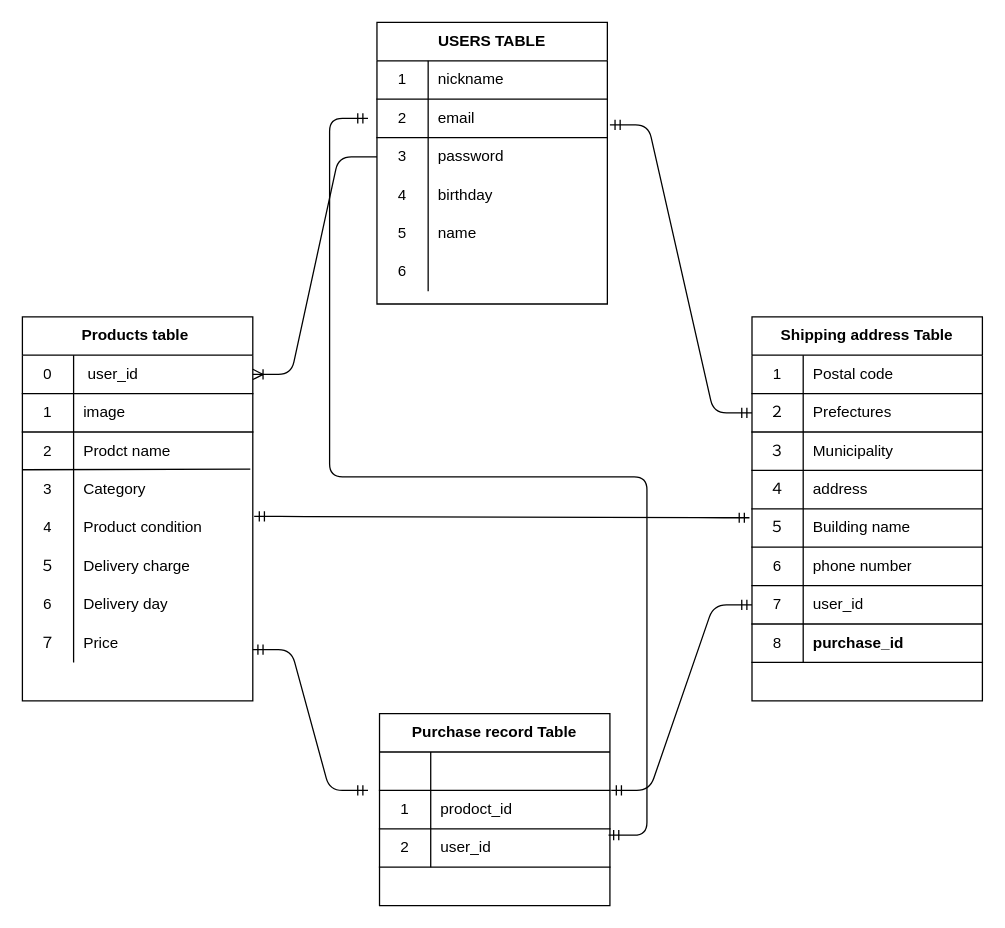
This is Database design.dio from ryota-kanaumi/furima-34705, a draw.io file, before an edit. Source tidied: cells renumbered, new cells numbered last; positions are measured from the earlier drawing's top-left corner, leaving out a move shared by most shapes. Both pictures are drawn from the tidied source at 128%, with x=0, y=0 at pixel (22, 22).
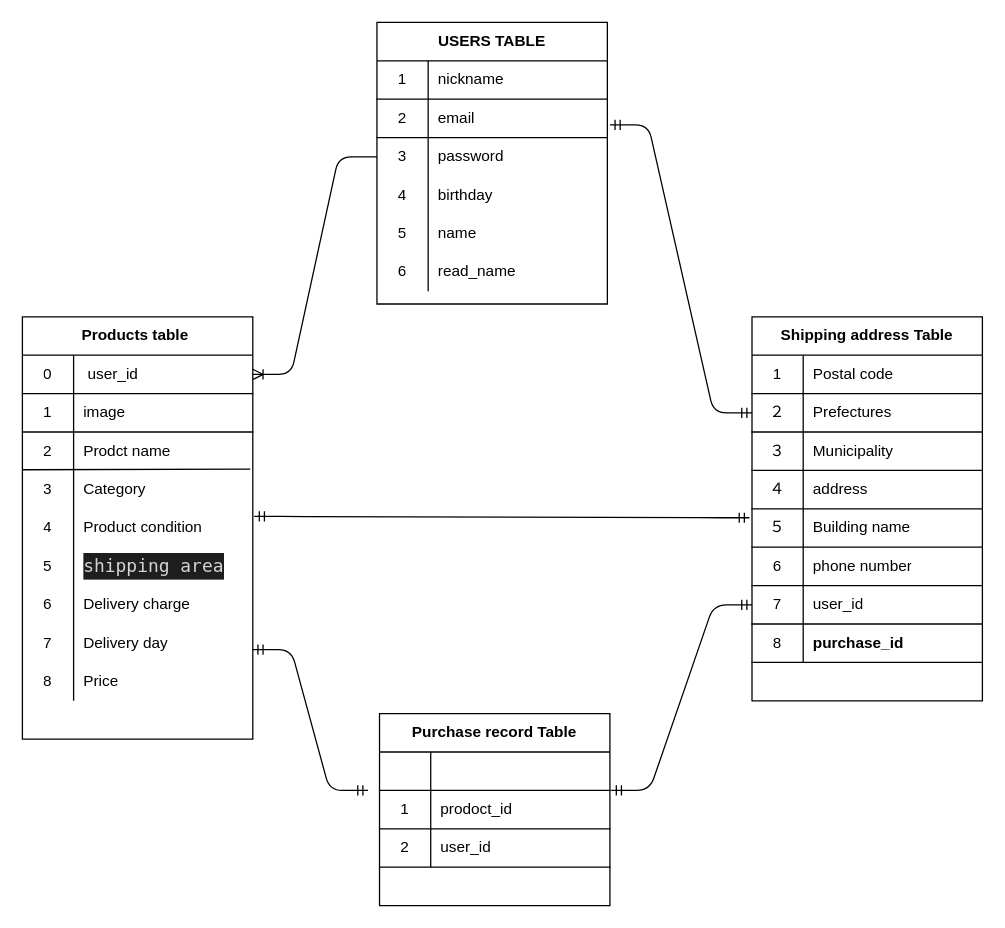
The same diagram, later.

Commit message (it also covers changes not shown here):
データベース設計の修正_1

Unchanged cells that the change refers to:
```xml
<mxCell id="18" style="shape=partialRectangle;html=1;whiteSpace=wrap;fillColor=none;top=0;left=0;bottom=0;right=0;" parent="2" vertex="1">
  <mxGeometry y="180" width="180" height="30" as="geometry" />
</mxCell>
<mxCell id="53" style="shape=partialRectangle;html=1;whiteSpace=wrap;fillColor=none;top=0;left=0;bottom=1;right=0;points=[[0,0.5],[1,0.5]];portConstraint=eastwest;" parent="46" vertex="1">
  <mxGeometry y="90" width="180" height="30" as="geometry" />
</mxCell>
```

The edit, as a diff of the source:
```diff
@@
-    <mxCell id="20" style="shape=partialRectangle;html=1;whiteSpace=wrap;fillColor=none;top=0;left=0;bottom=0;right=0;align=left;spacingLeft=6;overflow=hidden;" parent="18" vertex="1">
+    <mxCell id="20" value="read_name" style="shape=partialRectangle;html=1;whiteSpace=wrap;fillColor=none;top=0;left=0;bottom=0;right=0;align=left;spacingLeft=6;overflow=hidden;" parent="18" vertex="1">
       <mxGeometry x="40" width="140" height="30" as="geometry" />
     </mxCell>
     <mxCell id="21" value="Products table&amp;nbsp;" style="shape=table;html=1;whiteSpace=wrap;startSize=30;childLayout=tableLayout;rowLines=0;fontStyle=1;align=center;" parent="1" vertex="1">
-      <mxGeometry y="230" width="180" height="300" as="geometry" />
+      <mxGeometry y="230" width="180" height="330" as="geometry" />
     </mxCell>
@@
+    <mxCell id="88" style="shape=partialRectangle;html=1;whiteSpace=wrap;fillColor=none;top=0;left=0;bottom=0;right=0;" parent="21" vertex="1">
+      <mxGeometry y="180" width="180" height="30" as="geometry" />
+    </mxCell>
+    <mxCell id="89" value="5" style="shape=partialRectangle;html=1;whiteSpace=wrap;fillColor=none;top=0;left=0;bottom=0;right=0;overflow=hidden;" parent="88" vertex="1">
+      <mxGeometry width="40" height="30" as="geometry" />
+    </mxCell>
+    <mxCell id="90" value="&lt;div style=&quot;color: rgb(212 , 212 , 212) ; background-color: rgb(30 , 30 , 30) ; font-family: &amp;#34;menlo&amp;#34; , &amp;#34;monaco&amp;#34; , &amp;#34;courier new&amp;#34; , monospace ; font-size: 14px ; line-height: 21px&quot;&gt;shipping area&lt;/div&gt;" style="shape=partialRectangle;html=1;whiteSpace=wrap;fillColor=none;top=0;left=0;bottom=0;right=0;align=left;spacingLeft=6;overflow=hidden;" parent="88" vertex="1">
+      <mxGeometry x="40" width="140" height="30" as="geometry" />
+    </mxCell>
     <mxCell id="37" style="shape=partialRectangle;html=1;whiteSpace=wrap;fillColor=none;top=0;left=0;bottom=0;right=0;" parent="21" vertex="1">
-      <mxGeometry y="180" width="180" height="30" as="geometry" />
+      <mxGeometry y="210" width="180" height="30" as="geometry" />
     </mxCell>
-    <mxCell id="38" value="５" style="shape=partialRectangle;html=1;whiteSpace=wrap;fillColor=none;top=0;left=0;bottom=0;right=0;overflow=hidden;" parent="37" vertex="1">
+    <mxCell id="38" value="6" style="shape=partialRectangle;html=1;whiteSpace=wrap;fillColor=none;top=0;left=0;bottom=0;right=0;overflow=hidden;" parent="37" vertex="1">
       <mxGeometry width="40" height="30" as="geometry" />
     </mxCell>
@@
     <mxCell id="40" style="shape=partialRectangle;html=1;whiteSpace=wrap;fillColor=none;top=0;left=0;bottom=0;right=0;" parent="21" vertex="1">
-      <mxGeometry y="210" width="180" height="30" as="geometry" />
+      <mxGeometry y="240" width="180" height="30" as="geometry" />
     </mxCell>
-    <mxCell id="41" value="6" style="shape=partialRectangle;html=1;whiteSpace=wrap;fillColor=none;top=0;left=0;bottom=0;right=0;overflow=hidden;" parent="40" vertex="1">
+    <mxCell id="41" value="7" style="shape=partialRectangle;html=1;whiteSpace=wrap;fillColor=none;top=0;left=0;bottom=0;right=0;overflow=hidden;" parent="40" vertex="1">
       <mxGeometry width="40" height="30" as="geometry" />
     </mxCell>
@@
     <mxCell id="43" style="shape=partialRectangle;html=1;whiteSpace=wrap;fillColor=none;top=0;left=0;bottom=0;right=0;" parent="21" vertex="1">
-      <mxGeometry y="240" width="180" height="30" as="geometry" />
+      <mxGeometry y="270" width="180" height="30" as="geometry" />
     </mxCell>
-    <mxCell id="44" value="７" style="shape=partialRectangle;html=1;whiteSpace=wrap;fillColor=none;top=0;left=0;bottom=0;right=0;overflow=hidden;" parent="43" vertex="1">
+    <mxCell id="44" value="8" style="shape=partialRectangle;html=1;whiteSpace=wrap;fillColor=none;top=0;left=0;bottom=0;right=0;overflow=hidden;" parent="43" vertex="1">
       <mxGeometry width="40" height="30" as="geometry" />
     </mxCell>
@@
-    <mxCell id="87" style="edgeStyle=entityRelationEdgeStyle;fontSize=12;html=1;endArrow=ERmandOne;startArrow=ERmandOne;exitX=0.994;exitY=0.167;exitDx=0;exitDy=0;exitPerimeter=0;" parent="1" edge="1" source="53">
-      <mxGeometry relative="1" as="geometry">
-        <mxPoint x="270" y="75" as="targetPoint" />
-      </mxGeometry>
-    </mxCell>
```
